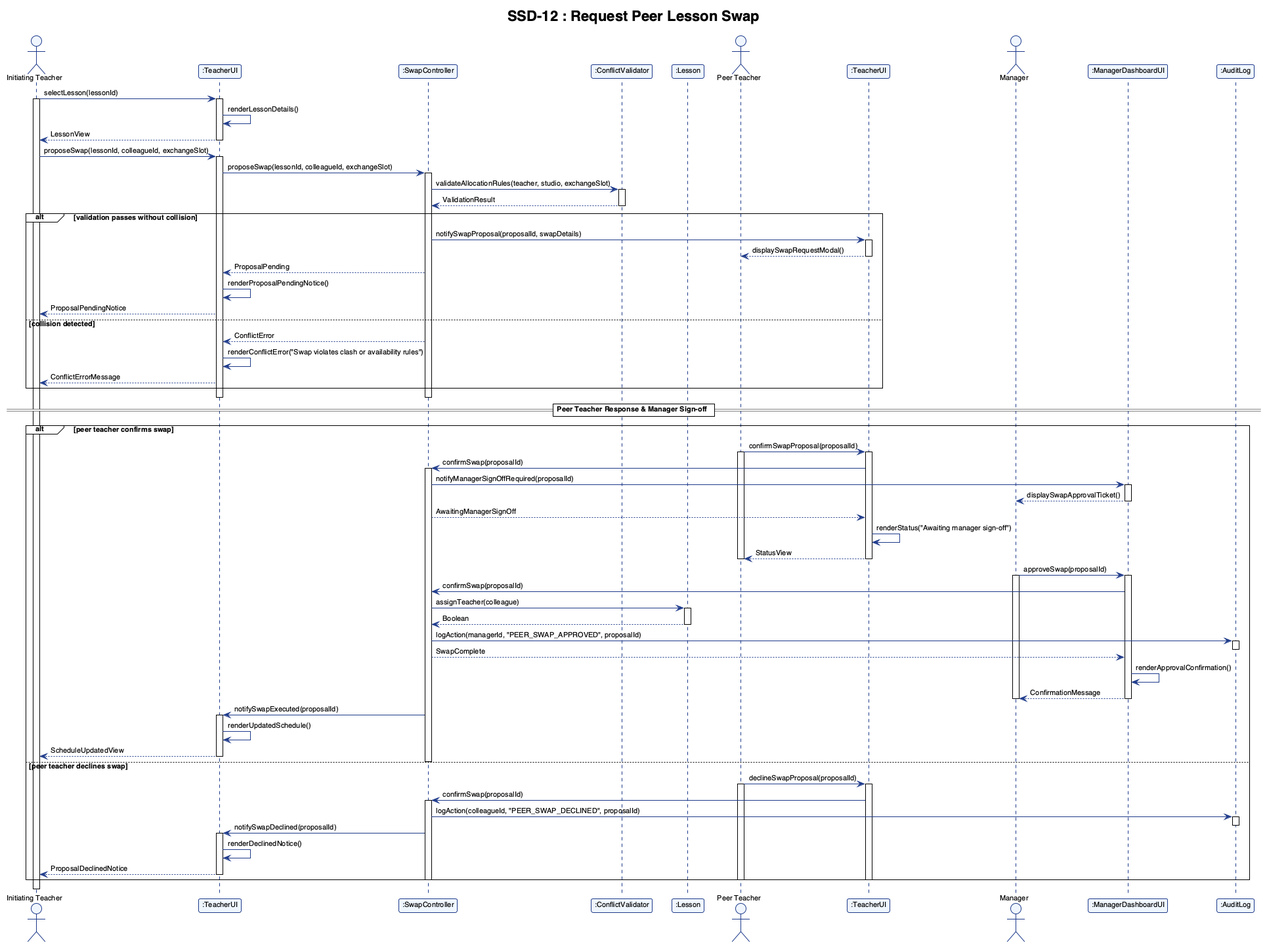
Earlier version of the PlantUML export report/assets/ssd_12.png (adoreblvnk/2001temp).
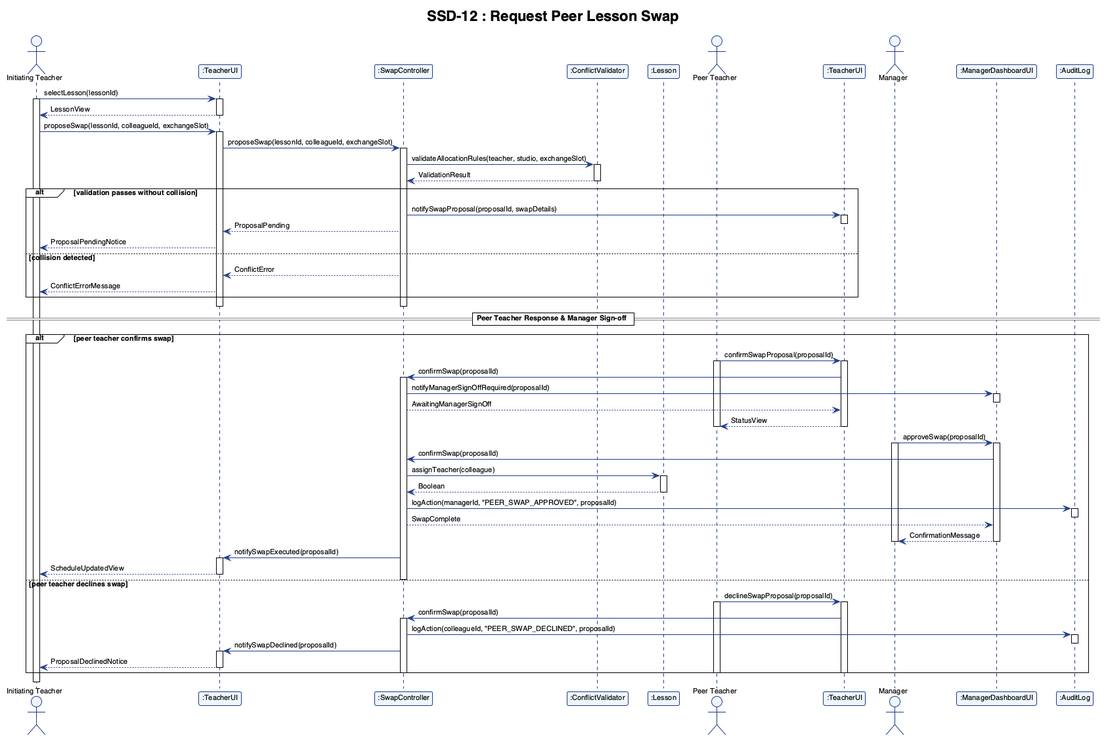
The same file after the commit.

What changed in the source:
```diff
@@ -29,7 +29,6 @@
 Teacher -> TeacherUI : selectLesson(lessonId)
 activate Teacher
 activate TeacherUI
-TeacherUI -> TeacherUI : renderLessonDetails()
 TeacherUI --> Teacher : LessonView
 deactivate TeacherUI
 
@@ -46,15 +45,12 @@
 alt validation passes without collision
     SwapController -> ColleagueUI : notifySwapProposal(proposalId, swapDetails)
     activate ColleagueUI
-    ColleagueUI --> Colleague : displaySwapRequestModal()
     deactivate ColleagueUI
 
     SwapController --> TeacherUI : ProposalPending
-    TeacherUI -> TeacherUI : renderProposalPendingNotice()
     TeacherUI --> Teacher : ProposalPendingNotice
 else collision detected
     SwapController --> TeacherUI : ConflictError
-    TeacherUI -> TeacherUI : renderConflictError("Swap violates clash or availability rules")
     TeacherUI --> Teacher : ConflictErrorMessage
 end
 
@@ -72,11 +68,9 @@
 
     SwapController -> ManagerUI : notifyManagerSignOffRequired(proposalId)
     activate ManagerUI
-    ManagerUI --> Manager : displaySwapApprovalTicket()
     deactivate ManagerUI
 
     SwapController --> ColleagueUI : AwaitingManagerSignOff
-    ColleagueUI -> ColleagueUI : renderStatus("Awaiting manager sign-off")
     ColleagueUI --> Colleague : StatusView
     deactivate ColleagueUI
     deactivate Colleague
@@ -96,14 +90,12 @@
     deactivate AuditLog
 
     SwapController --> ManagerUI : SwapComplete
-    ManagerUI -> ManagerUI : renderApprovalConfirmation()
     ManagerUI --> Manager : ConfirmationMessage
     deactivate ManagerUI
     deactivate Manager
 
     SwapController -> TeacherUI : notifySwapExecuted(proposalId)
     activate TeacherUI
-    TeacherUI -> TeacherUI : renderUpdatedSchedule()
     TeacherUI --> Teacher : ScheduleUpdatedView
     deactivate TeacherUI
     deactivate SwapController
@@ -120,7 +112,6 @@
 
     SwapController -> TeacherUI : notifySwapDeclined(proposalId)
     activate TeacherUI
-    TeacherUI -> TeacherUI : renderDeclinedNotice()
     TeacherUI --> Teacher : ProposalDeclinedNotice
     deactivate TeacherUI
     deactivate SwapController
```
